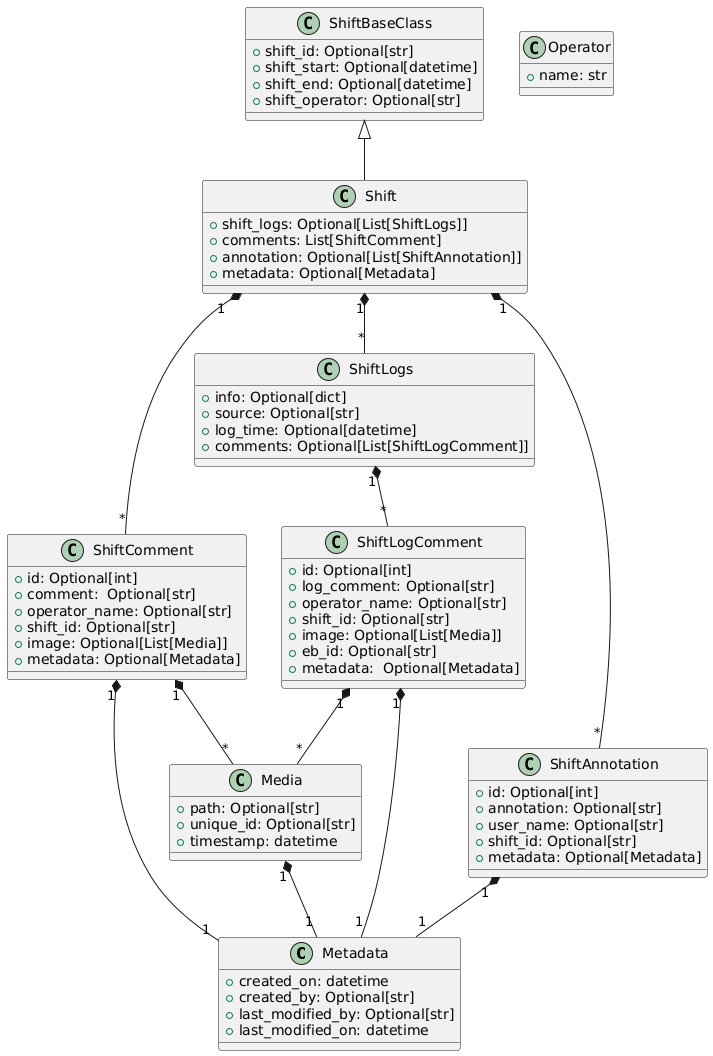
The PlantUML diagram docs/src/deveoper/shift_models.png in ska-telescope/ska-oso-slt-services, before a commit.
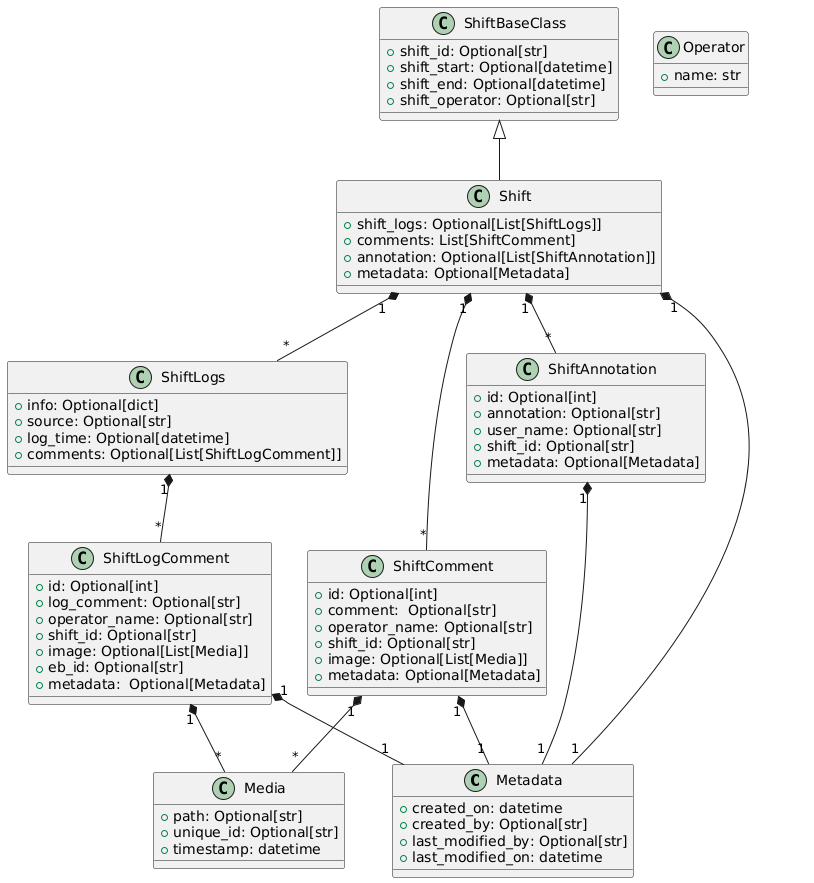
Later version of the same file.

Commit message:
NAK-1149 corrected diagram1

Change to the diagram source:
```diff
@@ -79,5 +79,5 @@
 Shift "1" *-- "*" ShiftLogs
 Shift "1" *-- "*" ShiftComment
 Shift "1" *-- "*" ShiftAnnotation
-Media "1" *-- "1" Metadata
+Shift "1" *-- "1" Metadata
 @enduml
```
